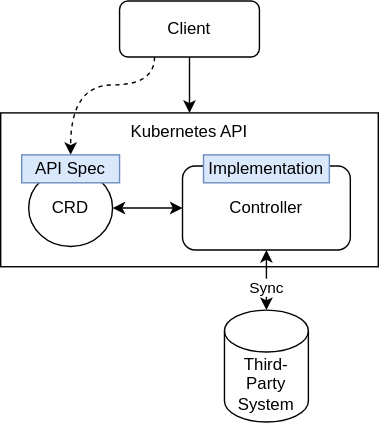
The draw.io diagram docs/modules/ROOT/assets/images/decision/kubernetes-api-proposal.drawio.svg in appuio/appuio-io-docs, before a commit. Source tidied: cells renumbered, new cells last; positions are measured from the earlier drawing's top-left corner, leaving out a move shared by most shapes.
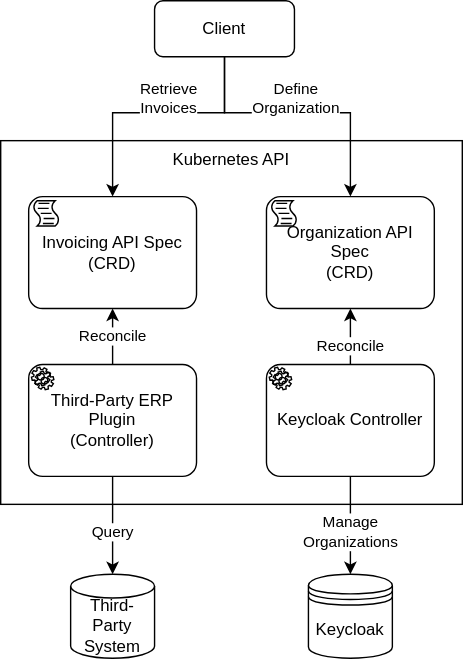
Later version of the same file.

The edit, as a diff of the source:
```diff
@@ -3,42 +3,84 @@
     <mxCell id="0" />
     <mxCell id="1" parent="0" />
     <mxCell id="2" value="Kubernetes API" style="rounded=0;whiteSpace=wrap;html=1;verticalAlign=top;" parent="1" vertex="1">
-      <mxGeometry y="80" width="270" height="110" as="geometry" />
+      <mxGeometry y="80" width="330" height="260" as="geometry" />
     </mxCell>
-    <mxCell id="3" style="edgeStyle=orthogonalEdgeStyle;rounded=0;jettySize=auto;html=1;" parent="1" edge="1" source="5" target="2">
-      <mxGeometry relative="1" as="geometry" />
+    <mxCell id="3" style="edgeStyle=orthogonalEdgeStyle;rounded=0;jettySize=auto;html=1;entryX=0.5;entryY=0;entryDx=0;entryDy=0;entryPerimeter=0;" parent="1" edge="1" source="5" target="16">
+      <mxGeometry relative="1" as="geometry">
+        <Array as="points">
+          <mxPoint x="160" y="60" />
+          <mxPoint x="80" y="60" />
+        </Array>
+      </mxGeometry>
     </mxCell>
-    <mxCell id="4" style="edgeStyle=orthogonalEdgeStyle;jettySize=auto;html=1;exitX=0.25;exitY=1;exitDx=0;exitDy=0;entryX=0.5;entryY=0;entryDx=0;entryDy=0;startArrow=none;startFill=0;curved=1;endArrow=classic;endFill=1;dashed=1;" parent="1" edge="1" source="5" target="11">
-      <mxGeometry relative="1" as="geometry">
-        <Array as="points">
-          <mxPoint x="110" y="60" />
-          <mxPoint x="50" y="60" />
-        </Array>
-      </mxGeometry>
-    </mxCell>
+    <mxCell id="13" value="Retrieve&lt;br&gt;Invoices" style="edgeLabel;html=1;align=center;verticalAlign=middle;" parent="3" vertex="1">
+      <mxGeometry x="0.03" y="-2" relative="1" as="geometry">
+        <mxPoint x="13" y="-8" as="offset" />
+      </mxGeometry>
+    </mxCell>
+    <mxCell id="14" style="edgeStyle=orthogonalEdgeStyle;rounded=0;jettySize=auto;html=1;exitX=0.5;exitY=1;exitDx=0;exitDy=0;entryX=0.5;entryY=0;entryDx=0;entryDy=0;entryPerimeter=0;" parent="1" edge="1" source="5" target="22">
+      <mxGeometry relative="1" as="geometry">
+        <Array as="points">
+          <mxPoint x="160" y="60" />
+          <mxPoint x="250" y="60" />
+        </Array>
+      </mxGeometry>
+    </mxCell>
+    <mxCell id="15" value="Define&lt;br&gt;Organization" style="edgeLabel;html=1;align=center;verticalAlign=middle;" parent="14" vertex="1">
+      <mxGeometry x="-0.28" y="1" relative="1" as="geometry">
+        <mxPoint x="22" y="-9" as="offset" />
+      </mxGeometry>
+    </mxCell>
     <mxCell id="5" value="Client" style="rounded=1;whiteSpace=wrap;html=1;" parent="1" vertex="1">
-      <mxGeometry x="85" width="100" height="40" as="geometry" />
+      <mxGeometry x="110" y="-20" width="100" height="40" as="geometry" />
     </mxCell>
-    <mxCell id="6" style="edgeStyle=orthogonalEdgeStyle;rounded=0;jettySize=auto;html=1;startArrow=classic;startFill=1;" parent="1" edge="1" source="7" target="9">
-      <mxGeometry relative="1" as="geometry" />
-    </mxCell>
-    <mxCell id="7" value="CRD" style="ellipse;whiteSpace=wrap;html=1;verticalAlign=middle;" parent="1" vertex="1">
-      <mxGeometry x="20" y="120.5" width="60" height="55" as="geometry" />
-    </mxCell>
-    <mxCell id="8" value="Sync" style="edgeStyle=orthogonalEdgeStyle;rounded=0;jettySize=auto;html=1;startArrow=classic;startFill=1;" parent="1" edge="1" source="9" target="10">
-      <mxGeometry x="0.27" relative="1" as="geometry" />
-    </mxCell>
-    <mxCell id="9" value="Controller" style="rounded=1;whiteSpace=wrap;html=1;verticalAlign=middle;" parent="1" vertex="1">
-      <mxGeometry x="130" y="118" width="120" height="60" as="geometry" />
-    </mxCell>
-    <mxCell id="10" value="Third-Party System" style="shape=cylinder3;whiteSpace=wrap;html=1;boundedLbl=1;backgroundOutline=1;size=15;verticalAlign=middle;" parent="1" vertex="1">
-      <mxGeometry x="160" y="221" width="60" height="80" as="geometry" />
+    <mxCell id="10" value="Third-Party System" style="shape=cylinder3;whiteSpace=wrap;html=1;boundedLbl=1;backgroundOutline=1;size=8.480643136160722;verticalAlign=middle;" parent="1" vertex="1">
+      <mxGeometry x="50" y="390" width="60" height="60" as="geometry" />
     </mxCell>
-    <mxCell id="11" value="API Spec" style="text;html=1;strokeColor=#6c8ebf;fillColor=#dae8fc;align=center;verticalAlign=middle;whiteSpace=wrap;rounded=0;" parent="1" vertex="1">
-      <mxGeometry x="15" y="110" width="70" height="20" as="geometry" />
-    </mxCell>
-    <mxCell id="12" value="Implementation" style="text;html=1;strokeColor=#6c8ebf;fillColor=#dae8fc;align=center;verticalAlign=middle;whiteSpace=wrap;rounded=0;" parent="1" vertex="1">
-      <mxGeometry x="145" y="110" width="90" height="20" as="geometry" />
-    </mxCell>
+    <mxCell id="16" value="Invoicing API Spec&#10;(CRD)" style="points=[[0.25,0,0],[0.5,0,0],[0.75,0,0],[1,0.25,0],[1,0.5,0],[1,0.75,0],[0.75,1,0],[0.5,1,0],[0.25,1,0],[0,0.75,0],[0,0.5,0],[0,0.25,0]];shape=mxgraph.bpmn.task;whiteSpace=wrap;rectStyle=rounded;size=10;taskMarker=script;" parent="1" vertex="1">
+      <mxGeometry x="20" y="120" width="120" height="80" as="geometry" />
+    </mxCell>
+    <mxCell id="17" style="edgeStyle=orthogonalEdgeStyle;rounded=0;jettySize=auto;html=1;" parent="1" edge="1" source="21" target="16">
+      <mxGeometry relative="1" as="geometry" />
+    </mxCell>
+    <mxCell id="18" value="Reconcile" style="edgeLabel;html=1;align=center;verticalAlign=middle;" parent="17" vertex="1">
+      <mxGeometry x="-0.49" relative="1" as="geometry">
+        <mxPoint y="-10" as="offset" />
+      </mxGeometry>
+    </mxCell>
+    <mxCell id="19" style="edgeStyle=orthogonalEdgeStyle;rounded=0;jettySize=auto;html=1;" parent="1" edge="1" source="21" target="10">
+      <mxGeometry relative="1" as="geometry" />
+    </mxCell>
+    <mxCell id="20" value="Query" style="edgeLabel;html=1;align=center;verticalAlign=middle;" parent="19" vertex="1">
+      <mxGeometry x="-0.3" relative="1" as="geometry">
+        <mxPoint y="15" as="offset" />
+      </mxGeometry>
+    </mxCell>
+    <mxCell id="21" value="Third-Party ERP Plugin&#10;(Controller)" style="points=[[0.25,0,0],[0.5,0,0],[0.75,0,0],[1,0.25,0],[1,0.5,0],[1,0.75,0],[0.75,1,0],[0.5,1,0],[0.25,1,0],[0,0.75,0],[0,0.5,0],[0,0.25,0]];shape=mxgraph.bpmn.task;whiteSpace=wrap;rectStyle=rounded;size=10;taskMarker=service;" parent="1" vertex="1">
+      <mxGeometry x="20" y="240" width="120" height="80" as="geometry" />
+    </mxCell>
+    <mxCell id="22" value="Organization API Spec&#10;(CRD)" style="points=[[0.25,0,0],[0.5,0,0],[0.75,0,0],[1,0.25,0],[1,0.5,0],[1,0.75,0],[0.75,1,0],[0.5,1,0],[0.25,1,0],[0,0.75,0],[0,0.5,0],[0,0.25,0]];shape=mxgraph.bpmn.task;whiteSpace=wrap;rectStyle=rounded;size=10;taskMarker=script;" parent="1" vertex="1">
+      <mxGeometry x="190" y="120" width="120" height="80" as="geometry" />
+    </mxCell>
+    <mxCell id="23" style="edgeStyle=orthogonalEdgeStyle;rounded=0;jettySize=auto;html=1;" parent="1" edge="1" source="27" target="22">
+      <mxGeometry relative="1" as="geometry" />
+    </mxCell>
+    <mxCell id="24" value="Reconcile" style="edgeLabel;html=1;align=center;verticalAlign=middle;" parent="23" vertex="1">
+      <mxGeometry x="-0.32" relative="1" as="geometry" />
+    </mxCell>
+    <mxCell id="25" style="edgeStyle=orthogonalEdgeStyle;rounded=0;jettySize=auto;html=1;" parent="1" edge="1" source="27" target="28">
+      <mxGeometry relative="1" as="geometry" />
+    </mxCell>
+    <mxCell id="26" value="Manage&lt;br&gt;Organizations" style="edgeLabel;html=1;align=center;verticalAlign=middle;" parent="25" vertex="1">
+      <mxGeometry x="0.29" y="1" relative="1" as="geometry">
+        <mxPoint x="-1" y="-5" as="offset" />
+      </mxGeometry>
+    </mxCell>
+    <mxCell id="27" value="Keycloak Controller" style="points=[[0.25,0,0],[0.5,0,0],[0.75,0,0],[1,0.25,0],[1,0.5,0],[1,0.75,0],[0.75,1,0],[0.5,1,0],[0.25,1,0],[0,0.75,0],[0,0.5,0],[0,0.25,0]];shape=mxgraph.bpmn.task;whiteSpace=wrap;rectStyle=rounded;size=10;taskMarker=service;" parent="1" vertex="1">
+      <mxGeometry x="190" y="240" width="120" height="80" as="geometry" />
+    </mxCell>
+    <mxCell id="28" value="Keycloak" style="shape=datastore;whiteSpace=wrap;html=1;" parent="1" vertex="1">
+      <mxGeometry x="220" y="390" width="60" height="60" as="geometry" />
+    </mxCell>
   </root>
 </mxGraphModel>
```
